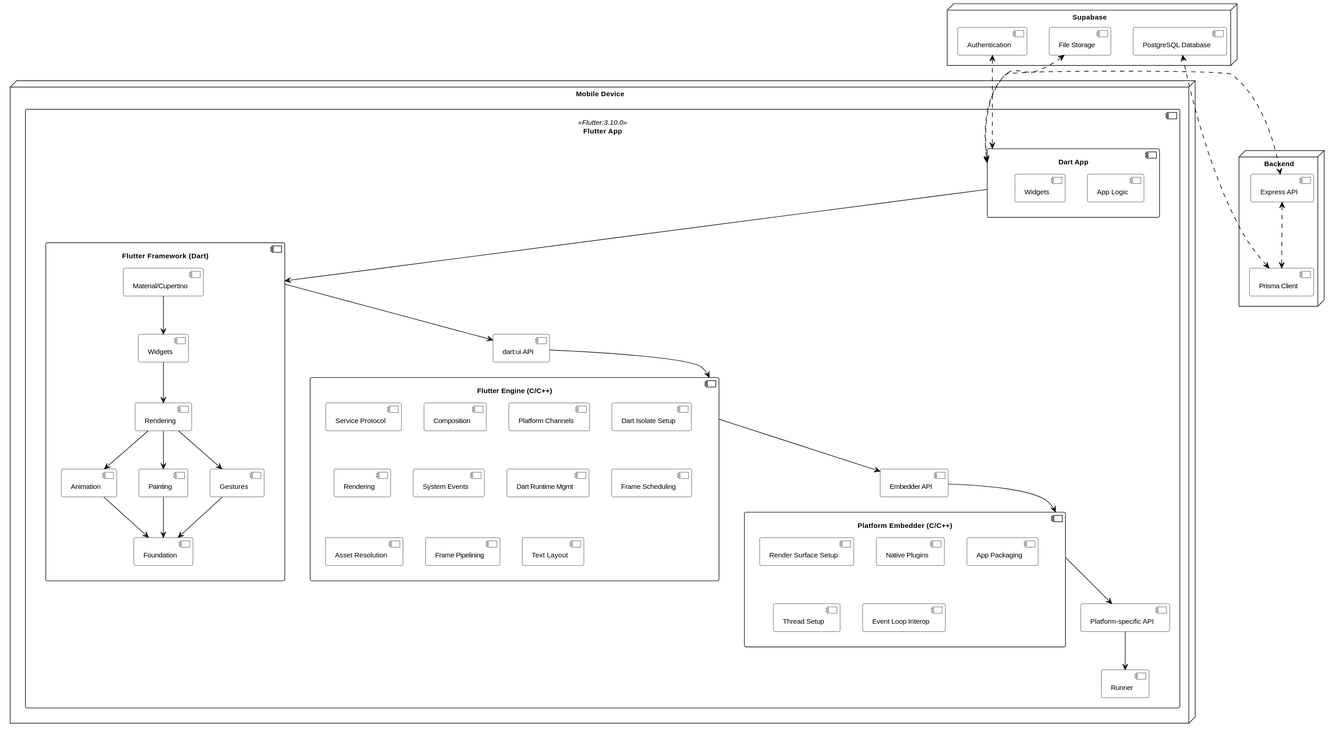
This is Diseño/Flutter/diagramas/architecture_design.svg from valeraruggierotesisucv/tesis-frameworks-mobile-diagrams, a PlantUML export, as it was before one commit. The source it was exported from:
```plantuml
@startuml
skinparam ComponentBackgroundColor white
skinparam defaultTextAlignment center
skinparam defaultFontSize 11

node "Mobile Device" as mobileDevice {
    component "Flutter App" as flutterApp <<Flutter:3.10.0>> {
        component "Dart App" as dartApp {
            component "App Logic" as appLogic
            component "Widgets" as widgets
        }

        component "Flutter Framework (Dart)" as framework {
            component "Material/Cupertino" as materialCupertino
            component "Widgets" as widgetsLayer
            component "Rendering" as renderingLayer
            component "Animation" as animation
            component "Painting" as painting
            component "Gestures" as gestures
            component "Foundation" as foundation
        }

        component "dart:ui API" as dartUI {

        }

        component "Flutter Engine (C/C++)" as engine {
            component "Service Protocol" as serviceProtocol
            component "Composition" as composition
            component "Platform Channels" as platformChannels
            component "Dart Isolate Setup" as dartIsolateSetup
            component "Rendering" as rendering
            component "System Events" as systemEvents
            component "Dart Runtime Mgmt" as dartRuntimeMgmt
            component "Frame Scheduling" as frameScheduling
            component "Asset Resolution" as assetResolution
            component "Frame Pipelining" as framePipelining
            component "Text Layout" as textLayout
        }

        component "Embedder API" as embedderAPI {

        }

        component "Platform Embedder (C/C++)" as embedder {
            component "Render Surface Setup" as renderSurfaceSetup
            component "Native Plugins" as nativePlugins
            component "App Packaging" as appPackaging
            component "Thread Setup" as threadSetup
            component "Event Loop Interop" as eventLoopInterop
        }

        component "Platform-specific API" as platformAPI {

        }
        component "Runner" as runner {

        }
    }
}

node "Backend" as backend {
    component "Express API" as expressAPI
    component "Prisma Client" as prismaClient
}

node "Supabase" as supabase {
    component "Authentication" as auth
    component "File Storage" as fileStorage
    component "PostgreSQL Database" as postgresDB
}

dartApp --> framework
framework --> dartUI
dartUI --> engine
engine --> embedderAPI
embedderAPI --> embedder
embedder --> platformAPI
platformAPI --> runner
materialCupertino --> widgetsLayer
widgetsLayer --> renderingLayer
renderingLayer --> gestures
renderingLayer --> painting
renderingLayer --> animation
animation --> foundation
painting --> foundation
gestures --> foundation



dartApp <.[#000000]u.> auth
dartApp <.[#000000]u.> fileStorage
dartApp <.[#000000]r.> expressAPI

expressAPI <.[#000000].> prismaClient
prismaClient <.[#000000].> postgresDB
@enduml
```
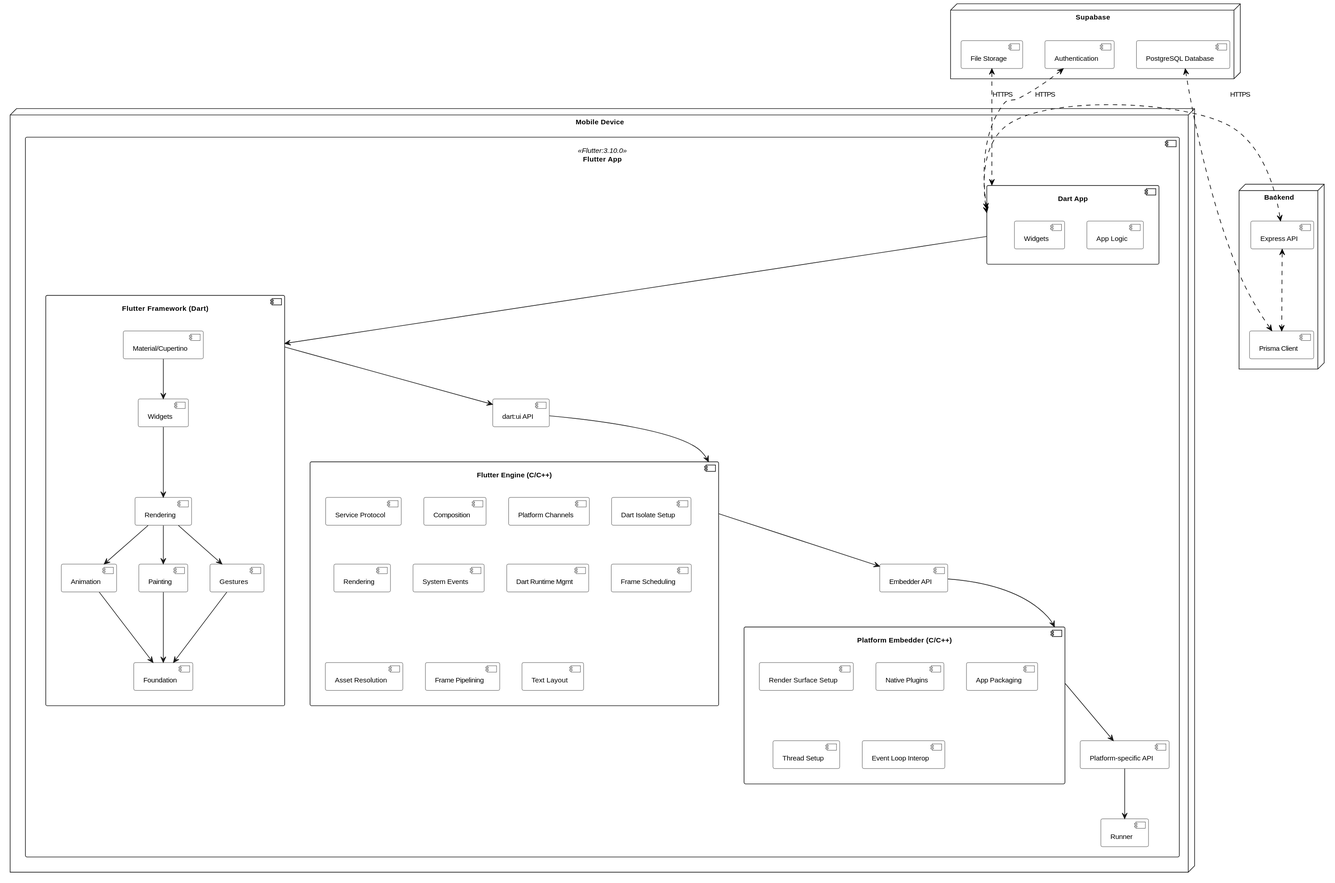
The same file after the commit.

Diff of the diagram source:
```diff
@@ -88,9 +88,9 @@
 
 
 
-dartApp <.[#000000]u.> auth
-dartApp <.[#000000]u.> fileStorage
-dartApp <.[#000000]r.> expressAPI
+dartApp <.[#000000]u.> auth : <font color=000000>HTTPS</font>
+dartApp <.[#000000]u.> fileStorage : <font color=000000>HTTPS</font>
+dartApp <.[#000000]r.> expressAPI : <font color=000000>HTTPS</font>
 
 expressAPI <.[#000000].> prismaClient
 prismaClient <.[#000000].> postgresDB
```
